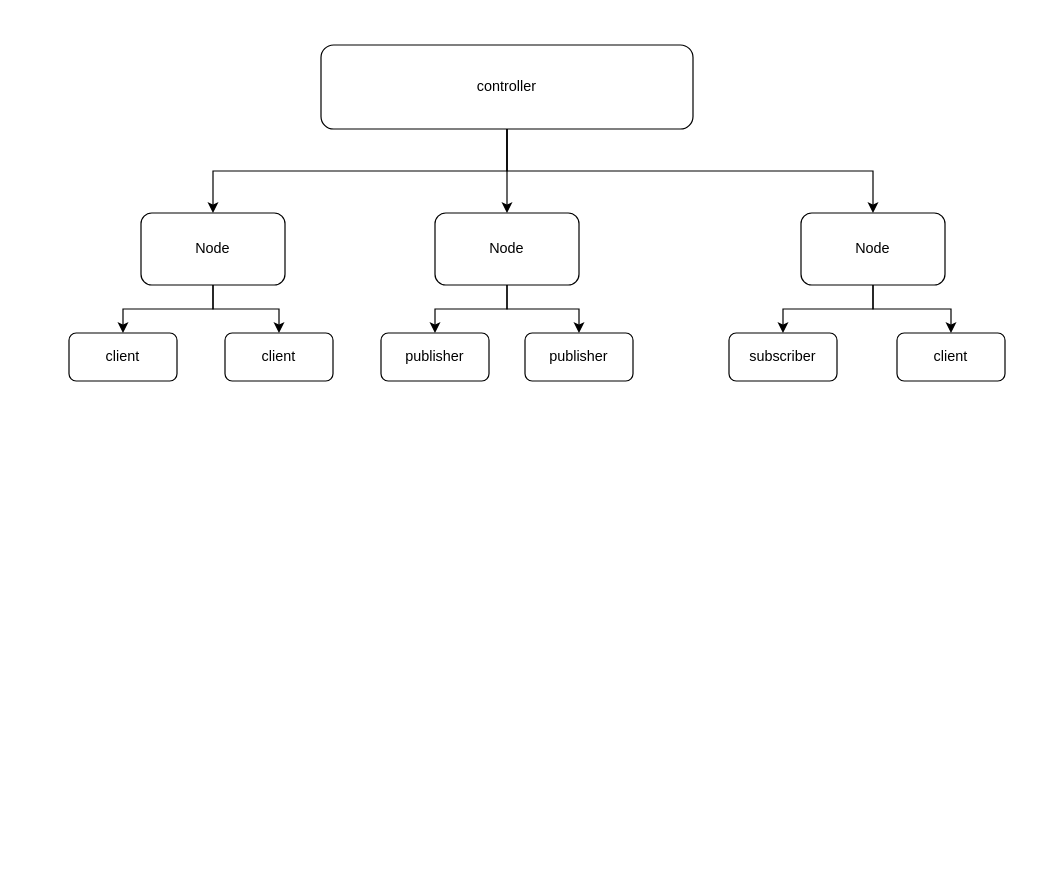
Jev0987/drawioFile keeps this draw.io diagram as page "第 3 页" (3 of 3) of 双板压测工具.drawio. Above is the earlier version. Source tidied: cells renumbered, new cells numbered last; positions are measured from the earlier drawing's top-left corner, leaving out a move shared by most shapes. Both pictures are drawn from the tidied source at 120%, with x=0, y=0 at pixel (68, 44).
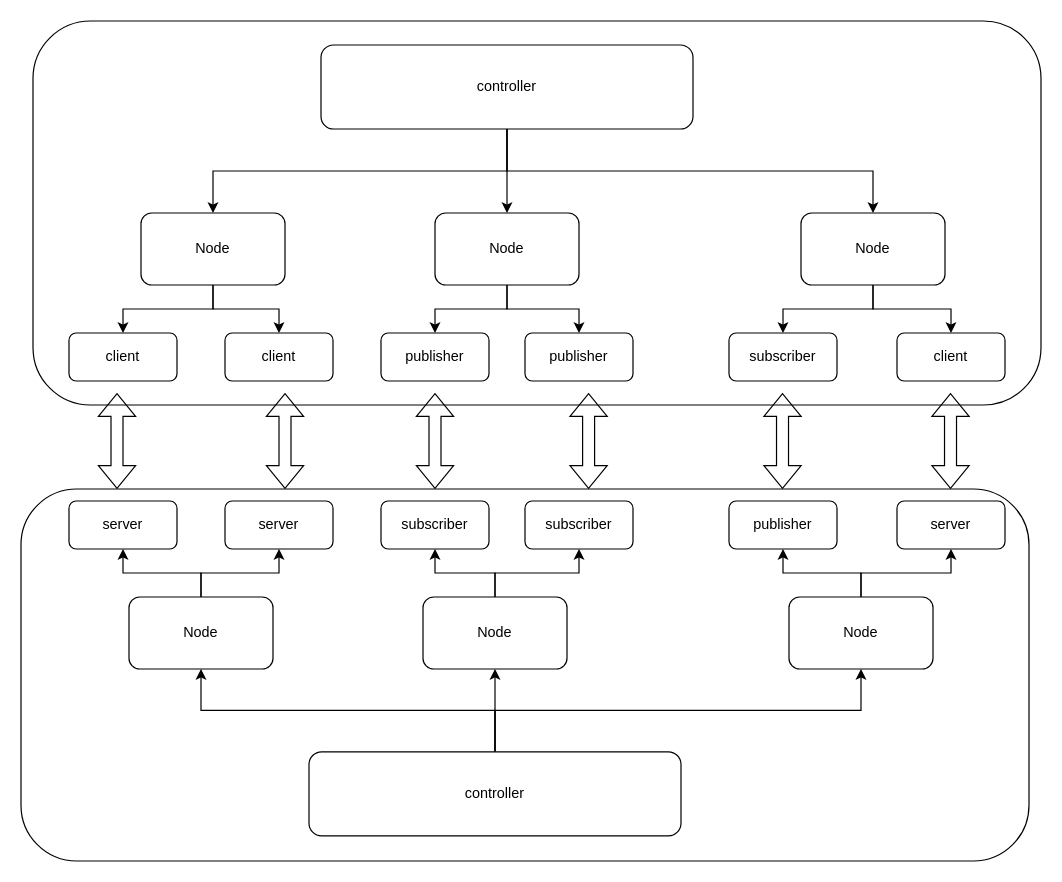
The same diagram, later.

Commit message:
更新双板压测工具.drawio

Change to the diagram source:
```diff
@@
+    <mxCell id="21" style="rounded=1;whiteSpace=wrap;html=1;" parent="1" vertex="1">
+      <mxGeometry x="-40" y="370" width="840" height="310" as="geometry" />
+    </mxCell>
+    <mxCell id="22" style="rounded=1;whiteSpace=wrap;html=1;" parent="1" vertex="1">
+      <mxGeometry x="-30" y="-20" width="840" height="320" as="geometry" />
+    </mxCell>
@@
+    <mxCell id="23" value="server" style="rounded=1;whiteSpace=wrap;html=1;" parent="1" vertex="1">
+      <mxGeometry y="380" width="90" height="40" as="geometry" />
+    </mxCell>
+    <mxCell id="24" value="server" style="rounded=1;whiteSpace=wrap;html=1;" parent="1" vertex="1">
+      <mxGeometry x="130" y="380" width="90" height="40" as="geometry" />
+    </mxCell>
+    <mxCell id="25" value="subscriber" style="rounded=1;whiteSpace=wrap;html=1;" parent="1" vertex="1">
+      <mxGeometry x="260" y="380" width="90" height="40" as="geometry" />
+    </mxCell>
+    <mxCell id="26" value="subscriber" style="rounded=1;whiteSpace=wrap;html=1;" parent="1" vertex="1">
+      <mxGeometry x="380" y="380" width="90" height="40" as="geometry" />
+    </mxCell>
+    <mxCell id="27" value="publisher" style="rounded=1;whiteSpace=wrap;html=1;" parent="1" vertex="1">
+      <mxGeometry x="550" y="380" width="90" height="40" as="geometry" />
+    </mxCell>
+    <mxCell id="28" value="server" style="rounded=1;whiteSpace=wrap;html=1;" parent="1" vertex="1">
+      <mxGeometry x="690" y="380" width="90" height="40" as="geometry" />
+    </mxCell>
+    <mxCell id="29" style="edgeStyle=orthogonalEdgeStyle;rounded=0;jettySize=auto;html=1;exitX=0.5;exitY=0;exitDx=0;exitDy=0;entryX=0.5;entryY=1;entryDx=0;entryDy=0;" parent="1" edge="1" source="31" target="23">
+      <mxGeometry relative="1" as="geometry" />
+    </mxCell>
+    <mxCell id="30" style="edgeStyle=orthogonalEdgeStyle;rounded=0;jettySize=auto;html=1;exitX=0.5;exitY=0;exitDx=0;exitDy=0;entryX=0.5;entryY=1;entryDx=0;entryDy=0;" parent="1" edge="1" source="31" target="24">
+      <mxGeometry relative="1" as="geometry" />
+    </mxCell>
+    <mxCell id="31" value="Node" style="rounded=1;whiteSpace=wrap;html=1;" parent="1" vertex="1">
+      <mxGeometry x="50" y="460" width="120" height="60" as="geometry" />
+    </mxCell>
+    <mxCell id="32" style="edgeStyle=orthogonalEdgeStyle;rounded=0;jettySize=auto;html=1;exitX=0.5;exitY=0;exitDx=0;exitDy=0;entryX=0.5;entryY=1;entryDx=0;entryDy=0;" parent="1" edge="1" source="34" target="25">
+      <mxGeometry relative="1" as="geometry" />
+    </mxCell>
+    <mxCell id="33" style="edgeStyle=orthogonalEdgeStyle;rounded=0;jettySize=auto;html=1;exitX=0.5;exitY=0;exitDx=0;exitDy=0;entryX=0.5;entryY=1;entryDx=0;entryDy=0;" parent="1" edge="1" source="34" target="26">
+      <mxGeometry relative="1" as="geometry" />
+    </mxCell>
+    <mxCell id="34" value="Node" style="rounded=1;whiteSpace=wrap;html=1;" parent="1" vertex="1">
+      <mxGeometry x="295" y="460" width="120" height="60" as="geometry" />
+    </mxCell>
+    <mxCell id="35" style="edgeStyle=orthogonalEdgeStyle;rounded=0;jettySize=auto;html=1;exitX=0.5;exitY=0;exitDx=0;exitDy=0;entryX=0.5;entryY=1;entryDx=0;entryDy=0;" parent="1" edge="1" source="37" target="27">
+      <mxGeometry relative="1" as="geometry" />
+    </mxCell>
+    <mxCell id="36" style="edgeStyle=orthogonalEdgeStyle;rounded=0;jettySize=auto;html=1;exitX=0.5;exitY=0;exitDx=0;exitDy=0;entryX=0.5;entryY=1;entryDx=0;entryDy=0;" parent="1" edge="1" source="37" target="28">
+      <mxGeometry relative="1" as="geometry" />
+    </mxCell>
+    <mxCell id="37" value="Node" style="rounded=1;whiteSpace=wrap;html=1;" parent="1" vertex="1">
+      <mxGeometry x="600" y="460" width="120" height="60" as="geometry" />
+    </mxCell>
+    <mxCell id="38" style="edgeStyle=orthogonalEdgeStyle;rounded=0;jettySize=auto;html=1;exitX=0.5;exitY=0;exitDx=0;exitDy=0;entryX=0.5;entryY=1;entryDx=0;entryDy=0;" parent="1" edge="1" source="41" target="34">
+      <mxGeometry relative="1" as="geometry" />
+    </mxCell>
+    <mxCell id="39" style="edgeStyle=orthogonalEdgeStyle;rounded=0;jettySize=auto;html=1;exitX=0.5;exitY=0;exitDx=0;exitDy=0;entryX=0.5;entryY=1;entryDx=0;entryDy=0;" parent="1" edge="1" source="41" target="31">
+      <mxGeometry relative="1" as="geometry" />
+    </mxCell>
+    <mxCell id="40" style="edgeStyle=orthogonalEdgeStyle;rounded=0;jettySize=auto;html=1;exitX=0.5;exitY=0;exitDx=0;exitDy=0;entryX=0.5;entryY=1;entryDx=0;entryDy=0;" parent="1" edge="1" source="41" target="37">
+      <mxGeometry relative="1" as="geometry" />
+    </mxCell>
+    <mxCell id="41" value="controller" style="rounded=1;whiteSpace=wrap;html=1;" parent="1" vertex="1">
+      <mxGeometry x="200" y="589" width="310" height="70" as="geometry" />
+    </mxCell>
+    <mxCell id="42" style="shape=flexArrow;endArrow=classic;startArrow=classic;html=1;rounded=0;" parent="1" edge="1">
+      <mxGeometry relative="1" as="geometry">
+        <mxPoint x="40" y="370" as="sourcePoint" />
+        <mxPoint x="40" y="290" as="targetPoint" />
+      </mxGeometry>
+    </mxCell>
+    <mxCell id="43" style="shape=flexArrow;endArrow=classic;startArrow=classic;html=1;rounded=0;" parent="1" edge="1">
+      <mxGeometry relative="1" as="geometry">
+        <mxPoint x="180" y="370" as="sourcePoint" />
+        <mxPoint x="180" y="290" as="targetPoint" />
+      </mxGeometry>
+    </mxCell>
+    <mxCell id="44" style="shape=flexArrow;endArrow=classic;startArrow=classic;html=1;rounded=0;" parent="1" edge="1">
+      <mxGeometry relative="1" as="geometry">
+        <mxPoint x="305" y="370" as="sourcePoint" />
+        <mxPoint x="305" y="290" as="targetPoint" />
+      </mxGeometry>
+    </mxCell>
+    <mxCell id="45" style="shape=flexArrow;endArrow=classic;startArrow=classic;html=1;rounded=0;" parent="1" edge="1">
+      <mxGeometry relative="1" as="geometry">
+        <mxPoint x="433" y="370" as="sourcePoint" />
+        <mxPoint x="433" y="290" as="targetPoint" />
+      </mxGeometry>
+    </mxCell>
+    <mxCell id="46" style="shape=flexArrow;endArrow=classic;startArrow=classic;html=1;rounded=0;" parent="1" edge="1">
+      <mxGeometry relative="1" as="geometry">
+        <mxPoint x="594.6" y="370" as="sourcePoint" />
+        <mxPoint x="594.6" y="290" as="targetPoint" />
+      </mxGeometry>
+    </mxCell>
+    <mxCell id="47" style="shape=flexArrow;endArrow=classic;startArrow=classic;html=1;rounded=0;" parent="1" edge="1">
+      <mxGeometry relative="1" as="geometry">
+        <mxPoint x="734.6" y="370" as="sourcePoint" />
+        <mxPoint x="734.6" y="290" as="targetPoint" />
+      </mxGeometry>
+    </mxCell>
```
